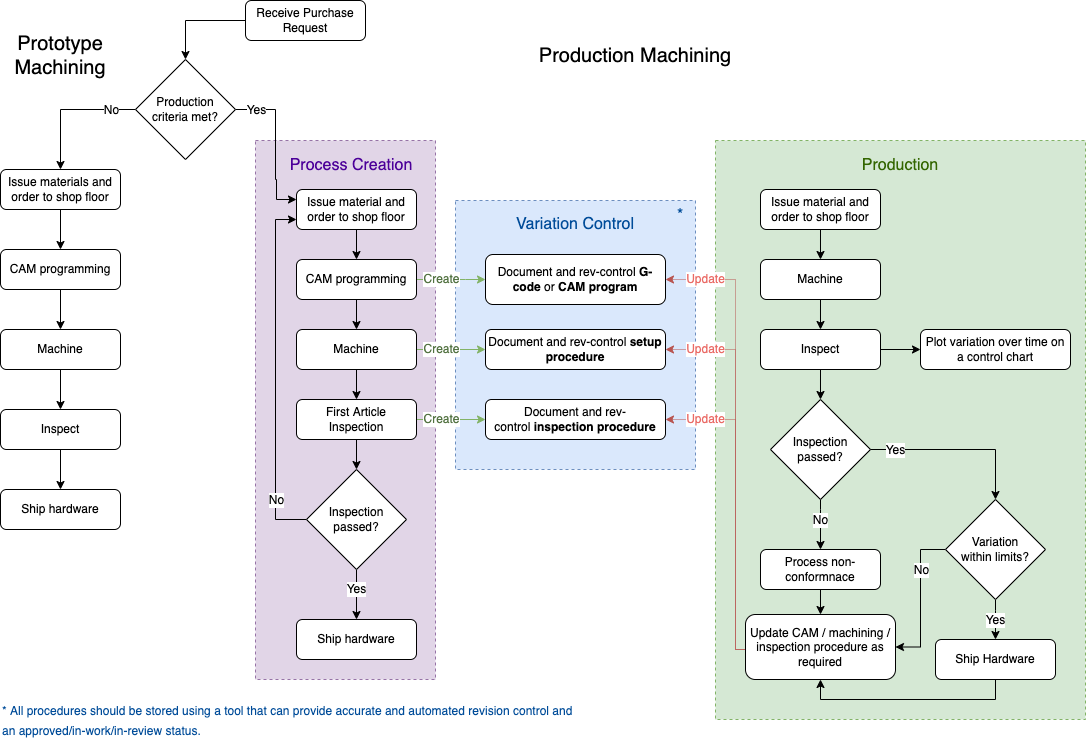
denningta/diagrams keeps this draw.io diagram as production-machining-flowchart.drawio.png. Above is the earlier version. Source tidied: cells renumbered, new cells last; positions are measured from the earlier drawing's top-left corner, leaving out a move shared by most shapes.
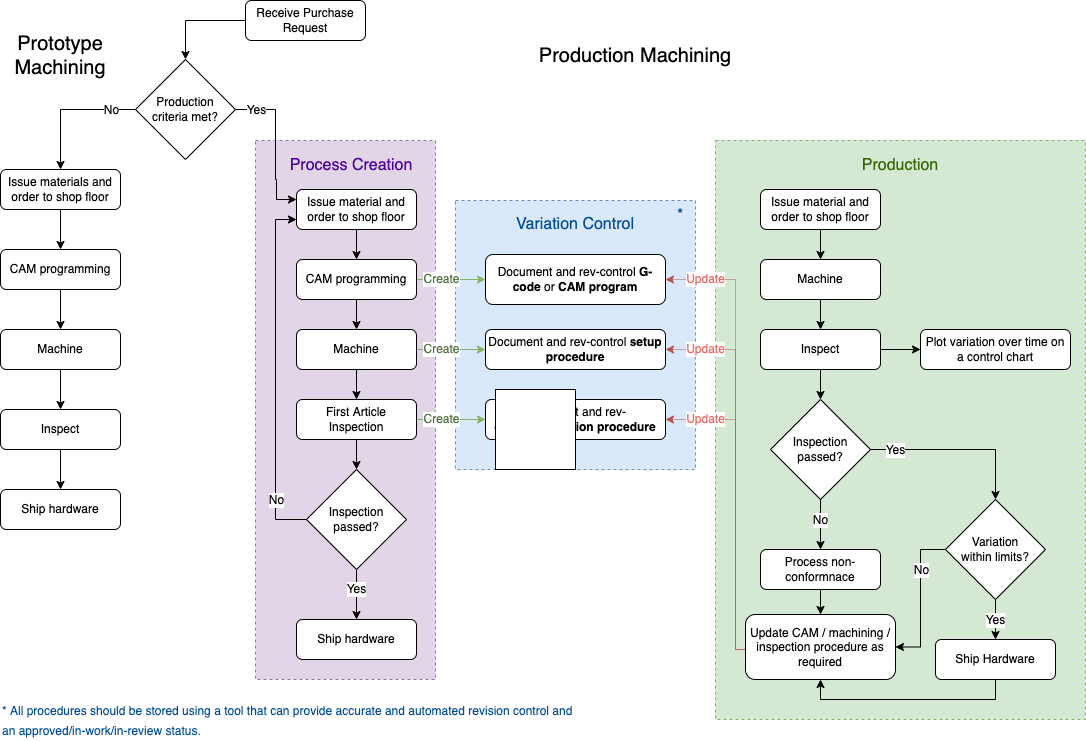
The same file after the commit.

What changed in the source:
```diff
@@ -1,4 +1,4 @@
-<mxGraphModel>
+<mxGraphModel background="#FFFFFF">
   <root>
     <mxCell id="0" />
     <mxCell id="1" parent="0" />
@@ -266,5 +266,8 @@
     <mxCell id="69" value="&lt;font style=&quot;font-size: 12px&quot;&gt;* All procedures should be stored using a tool that can provide accurate and automated revision control and an approved/in-work/in-review status.&amp;nbsp;&amp;nbsp;&lt;/font&gt;" style="text;html=1;align=left;verticalAlign=middle;whiteSpace=wrap;rounded=0;fontSize=16;fontColor=#004C99;" parent="1" vertex="1">
       <mxGeometry y="699" width="580" height="41" as="geometry" />
     </mxCell>
+    <mxCell id="70" style="whiteSpace=wrap;html=1;fontColor=#336600;" parent="1" vertex="1">
+      <mxGeometry x="495" y="389" width="80" height="80" as="geometry" />
+    </mxCell>
   </root>
 </mxGraphModel>
```
